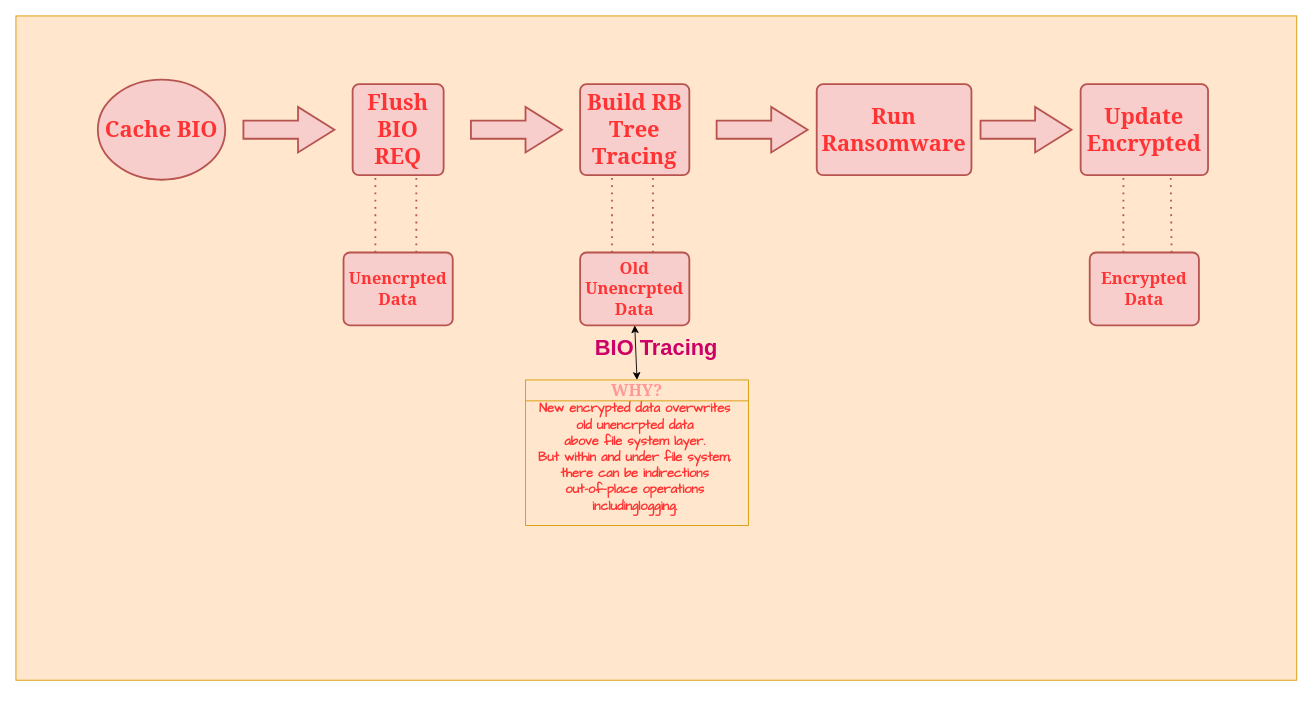
MooMooHorse/ransomware_set keeps this draw.io diagram as imgs/BIO trace.drawio. Above is the earlier version. Source tidied: cells renumbered, new cells numbered last; positions are measured from the earlier drawing's top-left corner, leaving out a move shared by most shapes. Both pictures are drawn from the tidied source at 91%, with x=0, y=0 at pixel (15, 15).
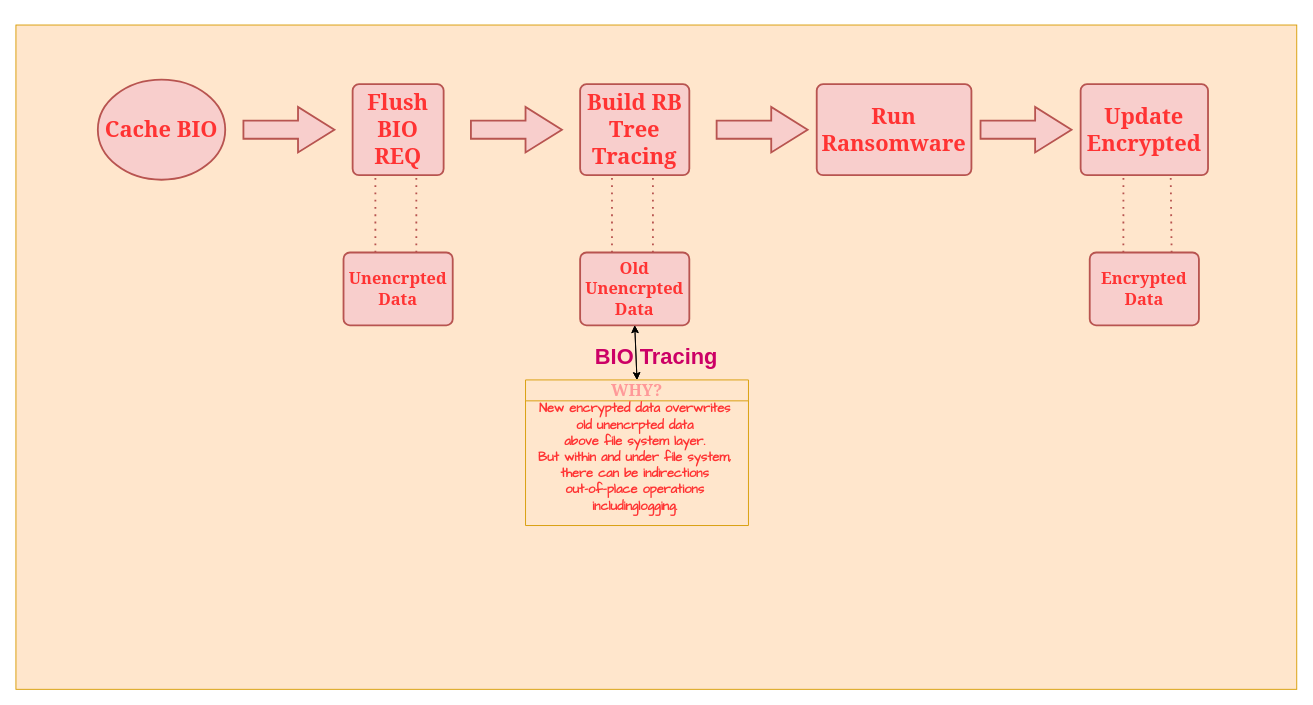
The same diagram, later.

Unchanged cells that the change refers to:
```xml
<mxCell id="13" value="&lt;h2&gt;&lt;font color=&quot;#ff3333&quot; face=&quot;Georgia&quot;&gt;Old Unencrpted Data&lt;/font&gt;&lt;/h2&gt;" style="rounded=1;whiteSpace=wrap;html=1;absoluteArcSize=1;arcSize=14;strokeWidth=2;fillColor=#f8cecc;strokeColor=#b85450;" parent="1" vertex="1">
  <mxGeometry x="620" y="260" width="120" height="80" as="geometry" />
</mxCell>
<mxCell id="14" value="&lt;h2&gt;&lt;font color=&quot;#ff9999&quot; face=&quot;Georgia&quot;&gt;WHY?&lt;/font&gt;&lt;/h2&gt;" style="swimlane;whiteSpace=wrap;html=1;fillColor=#ffe6cc;strokeColor=#d79b00;" parent="1" vertex="1">
  <mxGeometry x="560" y="400" width="245" height="160" as="geometry" />
</mxCell>
```

The edit, as a diff of the source:
```diff
@@
     <mxCell id="2" value="&lt;h1&gt;&lt;font color=&quot;#cc0066&quot;&gt;BIO Tracing&lt;/font&gt;&lt;/h1&gt;" style="rounded=0;whiteSpace=wrap;html=1;fillColor=#ffe6cc;strokeColor=#d79b00;" parent="1" vertex="1">
-      <mxGeometry width="1407.5" height="730" as="geometry" />
+      <mxGeometry y="10" width="1407.5" height="730" as="geometry" />
     </mxCell>
@@
+    <mxCell id="24" style="endArrow=classic;startArrow=classic;html=1;rounded=0;entryX=0.5;entryY=1;entryDx=0;entryDy=0;exitX=0.5;exitY=0;exitDx=0;exitDy=0;strokeColor=#000000;" parent="1" edge="1" source="14" target="13">
+      <mxGeometry relative="1" as="geometry" />
+    </mxCell>
```
